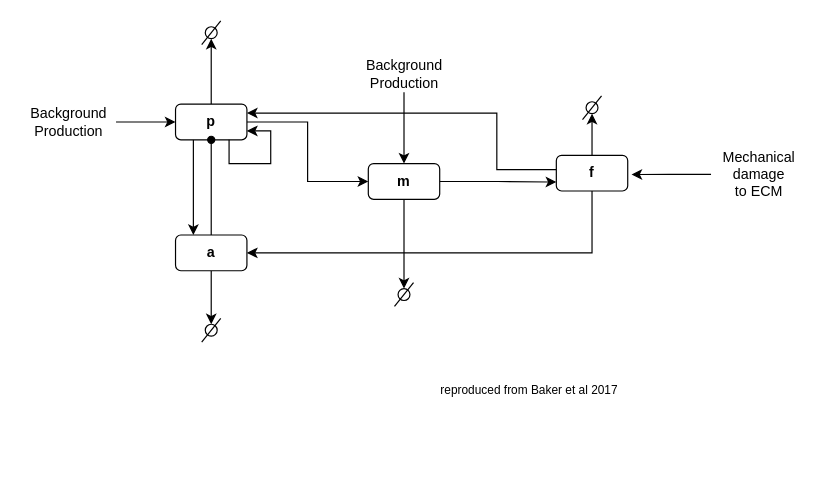
The draw.io diagram diagrams/Untitled Diagram.drawio in explodecomputer/DynaMR, before the edit. Source tidied: cells renumbered, new cells numbered last; positions are measured from the earlier drawing's top-left corner, leaving out a move shared by most shapes. Both pictures are drawn from the tidied source at 119%, with x=0, y=0 at pixel (20, 20).
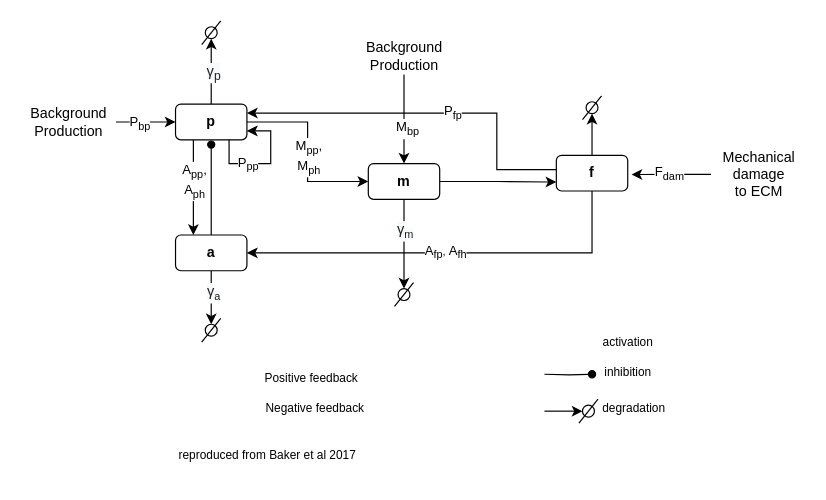
After the change.

The change refers to these unchanged cells:
```xml
<mxCell id="2" style="edgeStyle=orthogonalEdgeStyle;rounded=0;jettySize=auto;html=1;exitX=1;exitY=0.5;exitDx=0;exitDy=0;entryX=0;entryY=0.5;entryDx=0;entryDy=0;" parent="1" edge="1" source="5" target="15">
  <mxGeometry relative="1" as="geometry" />
</mxCell>
<mxCell id="3" style="edgeStyle=orthogonalEdgeStyle;rounded=0;jettySize=auto;html=1;exitX=0.25;exitY=1;exitDx=0;exitDy=0;entryX=0.25;entryY=0;entryDx=0;entryDy=0;" parent="1" edge="1" source="5" target="8">
  <mxGeometry relative="1" as="geometry" />
</mxCell>
<mxCell id="4" style="edgeStyle=orthogonalEdgeStyle;rounded=0;jettySize=auto;html=1;exitX=0.5;exitY=0;exitDx=0;exitDy=0;entryX=0.5;entryY=1;entryDx=0;entryDy=0;endArrow=classic;endFill=1;" parent="1" edge="1" source="5" target="19">
  <mxGeometry relative="1" as="geometry" />
</mxCell>
<mxCell id="5" value="&lt;b&gt;p&lt;/b&gt;" style="rounded=1;whiteSpace=wrap;html=1;" parent="1" vertex="1">
  <mxGeometry x="130" y="70" width="60" height="30" as="geometry" />
</mxCell>
<mxCell id="7" style="edgeStyle=orthogonalEdgeStyle;rounded=0;jettySize=auto;html=1;exitX=0.5;exitY=1;exitDx=0;exitDy=0;endArrow=classic;endFill=1;entryX=0.5;entryY=0;entryDx=0;entryDy=0;" parent="1" edge="1" source="8" target="21">
  <mxGeometry relative="1" as="geometry" />
</mxCell>
<mxCell id="8" value="&lt;b&gt;a&lt;/b&gt;" style="rounded=1;whiteSpace=wrap;html=1;" parent="1" vertex="1">
  <mxGeometry x="130" y="180" width="60" height="30" as="geometry" />
</mxCell>
<mxCell id="9" style="edgeStyle=orthogonalEdgeStyle;rounded=0;jettySize=auto;html=1;entryX=1;entryY=0.25;entryDx=0;entryDy=0;" parent="1" edge="1" source="12" target="5">
  <mxGeometry relative="1" as="geometry">
    <Array as="points">
      <mxPoint x="400" y="125" />
      <mxPoint x="400" y="78" />
    </Array>
  </mxGeometry>
</mxCell>
<mxCell id="10" style="edgeStyle=orthogonalEdgeStyle;rounded=0;jettySize=auto;html=1;exitX=0.5;exitY=1;exitDx=0;exitDy=0;entryX=1;entryY=0.5;entryDx=0;entryDy=0;endArrow=classic;endFill=1;" parent="1" edge="1" source="12" target="8">
  <mxGeometry relative="1" as="geometry" />
</mxCell>
<mxCell id="14" style="edgeStyle=orthogonalEdgeStyle;rounded=0;jettySize=auto;html=1;exitX=0.5;exitY=1;exitDx=0;exitDy=0;entryX=0.5;entryY=0;entryDx=0;entryDy=0;endArrow=classic;endFill=1;" parent="1" edge="1" source="15" target="23">
  <mxGeometry relative="1" as="geometry" />
</mxCell>
<mxCell id="25" style="edgeStyle=orthogonalEdgeStyle;rounded=0;jettySize=auto;html=1;entryX=1.053;entryY=0.54;entryDx=0;entryDy=0;entryPerimeter=0;endArrow=classic;endFill=1;" parent="1" edge="1" source="26" target="12">
  <mxGeometry relative="1" as="geometry" />
</mxCell>
<mxCell id="28" value="Background&lt;br&gt;Production" style="text;html=1;align=center;verticalAlign=middle;points=[];strokeColor=none;" parent="1" vertex="1">
  <mxGeometry y="70" width="80" height="30" as="geometry" />
</mxCell>
<mxCell id="29" style="edgeStyle=orthogonalEdgeStyle;rounded=0;jettySize=auto;html=1;entryX=0.5;entryY=0;entryDx=0;entryDy=0;endArrow=classic;endFill=1;" parent="1" edge="1" source="30" target="15">
  <mxGeometry relative="1" as="geometry" />
</mxCell>
<mxCell id="31" style="edgeStyle=orthogonalEdgeStyle;rounded=0;orthogonalLoop=1;jettySize=auto;html=1;exitX=0.75;exitY=1;exitDx=0;exitDy=0;entryX=1;entryY=0.75;entryDx=0;entryDy=0;endArrow=classic;endFill=1;" parent="1" edge="1" source="5" target="5">
  <mxGeometry relative="1" as="geometry">
    <Array as="points">
      <mxPoint x="175" y="120" />
      <mxPoint x="210" y="120" />
      <mxPoint x="210" y="93" />
    </Array>
  </mxGeometry>
</mxCell>
```

What changed in the source:
```diff
@@
+    <mxCell id="32" value="M&lt;sub&gt;pp&lt;/sub&gt;,&lt;br&gt;M&lt;sub&gt;ph&lt;/sub&gt;" style="edgeLabel;html=1;align=center;verticalAlign=middle;" parent="2" vertex="1">
+      <mxGeometry x="-0.07" relative="1" as="geometry">
+        <mxPoint y="9" as="offset" />
+      </mxGeometry>
+    </mxCell>
@@
+    <mxCell id="33" value="A&lt;sub&gt;pp&lt;/sub&gt;,&lt;br&gt;A&lt;sub&gt;ph&lt;/sub&gt;" style="edgeLabel;html=1;align=center;verticalAlign=middle;" parent="3" vertex="1">
+      <mxGeometry x="-0.14" relative="1" as="geometry" />
+    </mxCell>
@@
+    <mxCell id="34" value="&lt;span style=&quot;color: rgb(32 , 33 , 34) ; font-family: sans-serif ; font-size: 12.319999694824219px ; text-align: left ; background-color: rgb(248 , 249 , 250)&quot;&gt;γ&lt;sub&gt;p&lt;/sub&gt;&lt;/span&gt;" style="edgeLabel;html=1;align=center;verticalAlign=middle;" parent="4" vertex="1">
+      <mxGeometry x="-0.03" y="-1" relative="1" as="geometry" />
+    </mxCell>
@@
-    <mxCell id="6" style="edgeStyle=orthogonalEdgeStyle;rounded=0;jettySize=auto;html=1;exitX=0.5;exitY=0;exitDx=0;exitDy=0;entryX=0.5;entryY=1;entryDx=0;entryDy=0;endArrow=oval;endFill=1;" parent="1" edge="1" source="8" target="5">
-      <mxGeometry relative="1" as="geometry" />
+    <mxCell id="6" style="edgeStyle=orthogonalEdgeStyle;rounded=0;jettySize=auto;html=1;exitX=0.5;exitY=0;exitDx=0;exitDy=0;endArrow=oval;endFill=1;" parent="1" edge="1" source="8">
+      <mxGeometry relative="1" as="geometry">
+        <mxPoint x="160" y="104" as="targetPoint" />
+      </mxGeometry>
     </mxCell>
@@
+    <mxCell id="35" value="&lt;span style=&quot;color: rgb(32 , 33 , 34) ; font-family: sans-serif ; font-size: 12.319999694824219px ; text-align: left ; background-color: rgb(248 , 249 , 250)&quot;&gt;γ&lt;/span&gt;&lt;sub style=&quot;color: rgb(32 , 33 , 34) ; font-family: sans-serif ; text-align: left ; background-color: rgb(248 , 249 , 250)&quot;&gt;a&lt;/sub&gt;" style="edgeLabel;html=1;align=center;verticalAlign=middle;" parent="7" vertex="1">
+      <mxGeometry x="-0.21" y="1" relative="1" as="geometry" />
+    </mxCell>
@@
+    <mxCell id="36" value="P&lt;sub&gt;fp&lt;/sub&gt;" style="edgeLabel;html=1;align=center;verticalAlign=middle;" parent="9" vertex="1">
+      <mxGeometry x="-0.12" relative="1" as="geometry" />
+    </mxCell>
@@
+    <mxCell id="37" value="A&lt;sub&gt;fp&lt;/sub&gt;&lt;span style=&quot;font-size: 9.166666030883789px&quot;&gt;,&amp;nbsp;&lt;/span&gt;A&lt;sub&gt;fh&lt;/sub&gt;" style="edgeLabel;html=1;align=center;verticalAlign=middle;" parent="10" vertex="1">
+      <mxGeometry x="0.03" y="-1" relative="1" as="geometry" />
+    </mxCell>
@@
+    <mxCell id="38" value="&lt;span style=&quot;color: rgb(32 , 33 , 34) ; font-family: sans-serif ; font-size: 12.319999694824219px ; text-align: left ; background-color: rgb(248 , 249 , 250)&quot;&gt;γ&lt;/span&gt;&lt;sub style=&quot;color: rgb(32 , 33 , 34) ; font-family: sans-serif ; text-align: left ; background-color: rgb(248 , 249 , 250)&quot;&gt;m&lt;/sub&gt;" style="edgeLabel;html=1;align=center;verticalAlign=middle;" parent="14" vertex="1">
+      <mxGeometry x="-0.3" relative="1" as="geometry" />
+    </mxCell>
@@
     <mxCell id="18" value="&lt;div class=&quot;page&quot; title=&quot;Page 1&quot;&gt;&lt;div class=&quot;section&quot; style=&quot;background-color: rgb(255 , 255 , 255)&quot;&gt;&lt;div class=&quot;layoutArea&quot;&gt;&lt;div class=&quot;column&quot;&gt;&lt;p&gt;&lt;span style=&quot;font-family: &amp;#34;calibri&amp;#34;&quot;&gt;&lt;font style=&quot;font-size: 10px&quot;&gt;reproduced from Baker et al 2017&lt;/font&gt;&lt;/span&gt;&lt;/p&gt;&lt;/div&gt;&lt;/div&gt;&lt;/div&gt;&lt;/div&gt;" style="text;html=1;align=center;verticalAlign=middle;strokeColor=none;" parent="1" vertex="1">
-      <mxGeometry x="352" y="290" width="150" height="40" as="geometry" />
+      <mxGeometry x="132" y="345" width="150" height="40" as="geometry" />
     </mxCell>
@@
+    <mxCell id="39" value="F&lt;sub&gt;dam&lt;/sub&gt;" style="edgeLabel;html=1;align=center;verticalAlign=middle;" parent="25" vertex="1">
+      <mxGeometry x="0.04" y="-1" relative="1" as="geometry">
+        <mxPoint x="-1" as="offset" />
+      </mxGeometry>
+    </mxCell>
@@
     <mxCell id="27" style="edgeStyle=orthogonalEdgeStyle;rounded=0;jettySize=auto;html=1;entryX=0;entryY=0.5;entryDx=0;entryDy=0;endArrow=classic;endFill=1;" parent="1" edge="1" source="28" target="5">
-      <mxGeometry relative="1" as="geometry" />
+      <mxGeometry relative="1" as="geometry">
+        <Array as="points">
+          <mxPoint x="100" y="85" />
+          <mxPoint x="100" y="85" />
+        </Array>
+      </mxGeometry>
     </mxCell>
+    <mxCell id="40" value="P&lt;sub&gt;bp&lt;/sub&gt;" style="edgeLabel;html=1;align=center;verticalAlign=middle;" parent="27" vertex="1">
+      <mxGeometry x="-0.24" y="-1" relative="1" as="geometry" />
+    </mxCell>
@@
+    <mxCell id="41" value="M&lt;sub&gt;bp&lt;/sub&gt;" style="edgeLabel;html=1;align=center;verticalAlign=middle;" parent="29" vertex="1">
+      <mxGeometry x="-0.01" y="1" relative="1" as="geometry">
+        <mxPoint x="1" y="8" as="offset" />
+      </mxGeometry>
+    </mxCell>
     <mxCell id="30" value="Background&lt;br&gt;Production" style="text;html=1;align=center;verticalAlign=middle;points=[];strokeColor=none;" parent="1" vertex="1">
-      <mxGeometry x="282" y="30" width="80" height="30" as="geometry" />
+      <mxGeometry x="282" y="15" width="80" height="30" as="geometry" />
     </mxCell>
@@
+    <mxCell id="42" value="P&lt;sub&gt;pp&lt;/sub&gt;" style="edgeLabel;html=1;align=center;verticalAlign=middle;" parent="31" vertex="1">
+      <mxGeometry x="-0.09" y="-1" relative="1" as="geometry">
+        <mxPoint x="-12" y="-1" as="offset" />
+      </mxGeometry>
+    </mxCell>
+    <mxCell id="43" value="&lt;div class=&quot;page&quot; title=&quot;Page 1&quot;&gt;&lt;div class=&quot;section&quot; style=&quot;background-color: rgb(255 , 255 , 255)&quot;&gt;&lt;div class=&quot;layoutArea&quot;&gt;&lt;div class=&quot;column&quot;&gt;&lt;p&gt;&lt;span style=&quot;font-family: &amp;#34;calibri&amp;#34;&quot;&gt;&lt;font style=&quot;font-size: 10px&quot;&gt;activation&lt;/font&gt;&lt;/span&gt;&lt;/p&gt;&lt;/div&gt;&lt;/div&gt;&lt;/div&gt;&lt;/div&gt;" style="text;html=1;align=center;verticalAlign=middle;strokeColor=none;" parent="1" vertex="1">
+      <mxGeometry x="485" y="250" width="50" height="40" as="geometry" />
+    </mxCell>
+    <mxCell id="44" value="&lt;div class=&quot;page&quot; title=&quot;Page 1&quot;&gt;&lt;div class=&quot;section&quot; style=&quot;background-color: rgb(255 , 255 , 255)&quot;&gt;&lt;div class=&quot;layoutArea&quot;&gt;&lt;div class=&quot;column&quot;&gt;&lt;p&gt;&lt;span style=&quot;font-family: &amp;#34;calibri&amp;#34;&quot;&gt;&lt;font style=&quot;font-size: 10px&quot;&gt;inhibition&lt;/font&gt;&lt;/span&gt;&lt;/p&gt;&lt;/div&gt;&lt;/div&gt;&lt;/div&gt;&lt;/div&gt;" style="text;html=1;align=center;verticalAlign=middle;strokeColor=none;" parent="1" vertex="1">
+      <mxGeometry x="485" y="275" width="50" height="40" as="geometry" />
+    </mxCell>
+    <mxCell id="45" value="&lt;div class=&quot;page&quot; title=&quot;Page 1&quot;&gt;&lt;div class=&quot;section&quot; style=&quot;background-color: rgb(255 , 255 , 255)&quot;&gt;&lt;div class=&quot;layoutArea&quot;&gt;&lt;div class=&quot;column&quot;&gt;&lt;p&gt;&lt;span style=&quot;font-family: &amp;#34;calibri&amp;#34;&quot;&gt;&lt;font style=&quot;font-size: 10px&quot;&gt;degradation&lt;/font&gt;&lt;/span&gt;&lt;/p&gt;&lt;/div&gt;&lt;/div&gt;&lt;/div&gt;&lt;/div&gt;" style="text;html=1;align=center;verticalAlign=middle;strokeColor=none;" parent="1" vertex="1">
+      <mxGeometry x="485" y="305" width="60" height="40" as="geometry" />
+    </mxCell>
+    <mxCell id="46" value="&lt;div class=&quot;page&quot; title=&quot;Page 1&quot;&gt;&lt;div class=&quot;section&quot; style=&quot;background-color: rgb(255 , 255 , 255)&quot;&gt;&lt;div class=&quot;layoutArea&quot;&gt;&lt;div class=&quot;column&quot;&gt;&lt;p&gt;&lt;span style=&quot;font-family: &amp;#34;calibri&amp;#34;&quot;&gt;&lt;font style=&quot;font-size: 10px&quot;&gt;Positive feedback&lt;/font&gt;&lt;/span&gt;&lt;/p&gt;&lt;/div&gt;&lt;/div&gt;&lt;/div&gt;&lt;/div&gt;" style="text;html=1;align=center;verticalAlign=middle;strokeColor=none;" parent="1" vertex="1">
+      <mxGeometry x="199" y="280" width="90" height="40" as="geometry" />
+    </mxCell>
+    <mxCell id="47" value="&lt;div class=&quot;page&quot; title=&quot;Page 1&quot;&gt;&lt;div class=&quot;section&quot; style=&quot;background-color: rgb(255 , 255 , 255)&quot;&gt;&lt;div class=&quot;layoutArea&quot;&gt;&lt;div class=&quot;column&quot;&gt;&lt;p&gt;&lt;span style=&quot;font-family: &amp;#34;calibri&amp;#34;&quot;&gt;&lt;font style=&quot;font-size: 10px&quot;&gt;Negative feedback&lt;/font&gt;&lt;/span&gt;&lt;/p&gt;&lt;/div&gt;&lt;/div&gt;&lt;/div&gt;&lt;/div&gt;" style="text;html=1;align=center;verticalAlign=middle;strokeColor=none;" parent="1" vertex="1">
+      <mxGeometry x="202" y="305" width="90" height="40" as="geometry" />
+    </mxCell>
+    <mxCell id="48" style="ellipse;whiteSpace=wrap;html=1;" parent="1" vertex="1">
+      <mxGeometry x="472" y="323" width="10" height="10" as="geometry" />
+    </mxCell>
+    <mxCell id="49" style="endArrow=none;html=1;" parent="1" edge="1">
+      <mxGeometry relative="1" as="geometry">
+        <mxPoint x="469" y="338" as="sourcePoint" />
+        <mxPoint x="485" y="318" as="targetPoint" />
+      </mxGeometry>
+    </mxCell>
+    <mxCell id="50" style="edgeStyle=orthogonalEdgeStyle;rounded=0;jettySize=auto;html=1;entryX=0;entryY=0.5;entryDx=0;entryDy=0;endArrow=classic;endFill=1;" parent="1" edge="1" target="48">
+      <mxGeometry relative="1" as="geometry">
+        <mxPoint x="440" y="328" as="sourcePoint" />
+      </mxGeometry>
+    </mxCell>
+    <mxCell id="51" style="edgeStyle=orthogonalEdgeStyle;rounded=0;orthogonalLoop=1;jettySize=auto;html=1;endArrow=oval;endFill=1;" parent="1" edge="1">
+      <mxGeometry relative="1" as="geometry">
+        <mxPoint x="440" y="297" as="sourcePoint" />
+        <mxPoint x="480" y="297" as="targetPoint" />
+      </mxGeometry>
+    </mxCell>
```
